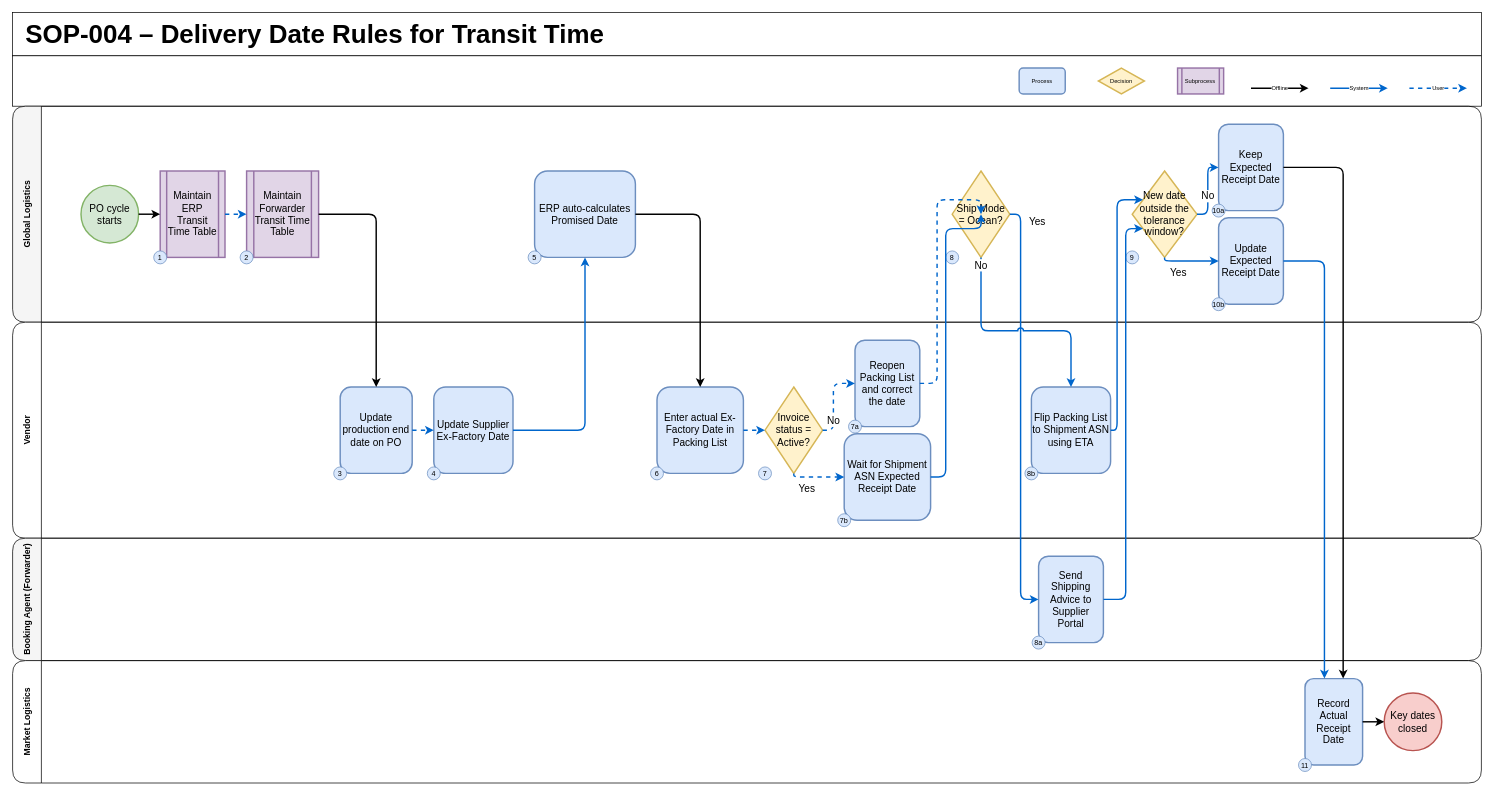
This is examples/delivery-dates.drawio from Andy-playground/Swimlane-builder, a draw.io file, before an edit. Source tidied: cells renumbered, new cells numbered last; positions are measured from the earlier drawing's top-left corner, leaving out a move shared by most shapes. Both pictures are drawn from the tidied source at 72%, with x=0, y=0 at pixel (12, 12).
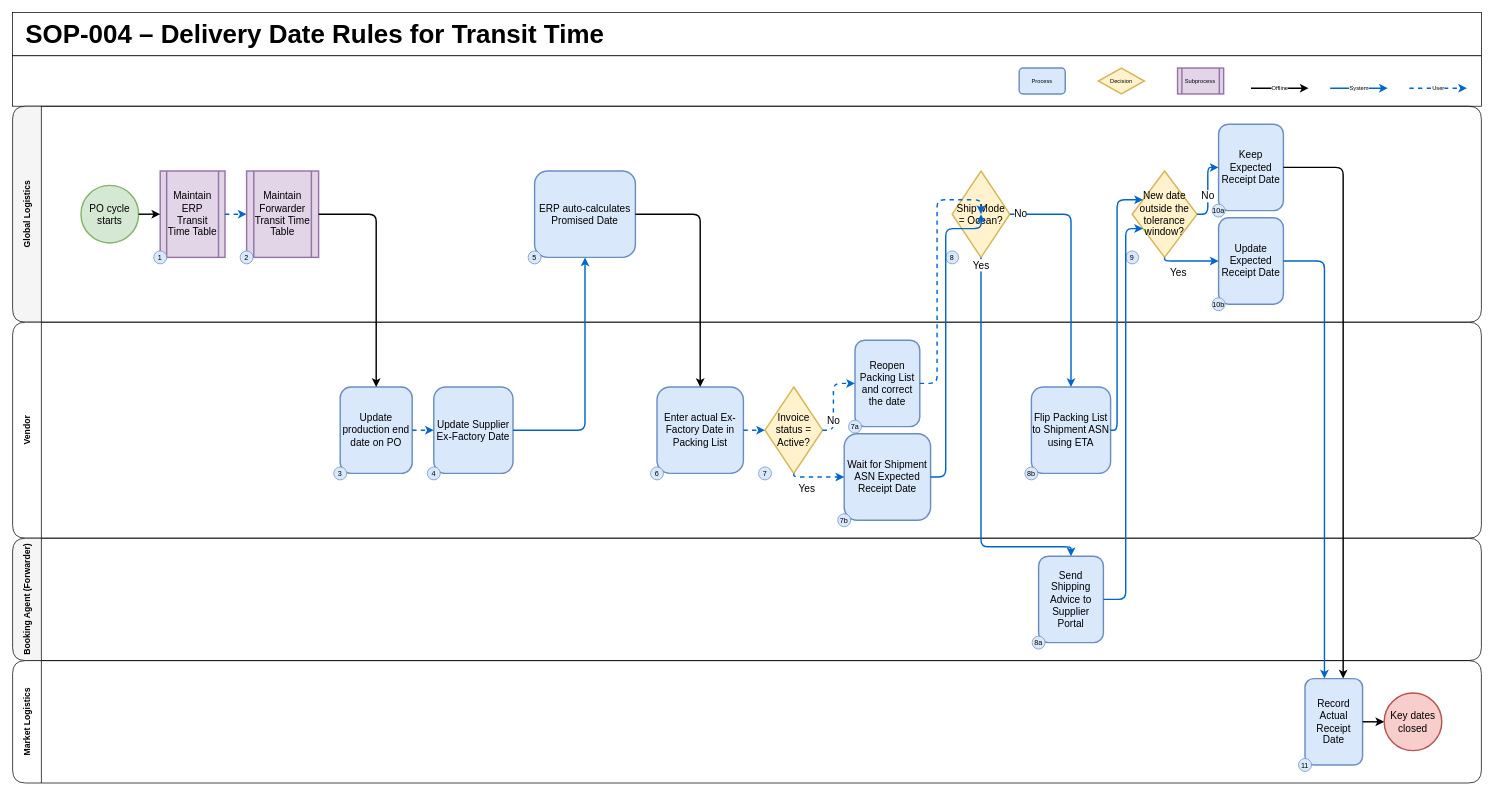
The same diagram, later.

The change refers to these unchanged cells:
```xml
<mxCell id="21" value="Ship Mode = Ocean?" style="rhombus;whiteSpace=wrap;html=1;fontFamily=Helvetica;fontSize=14;fillColor=#fff2cc;strokeColor=#d6b656;strokeWidth=2;" parent="10" vertex="1">
  <mxGeometry x="1305" y="90" width="80" height="120" as="geometry" />
</mxCell>
<mxCell id="41" value="Flip Packing List to Shipment ASN using ETA" style="rounded=1;whiteSpace=wrap;html=1;fontFamily=Helvetica;fontSize=14;fillColor=#dae8fc;strokeColor=#6c8ebf;strokeWidth=2;" parent="11" vertex="1">
  <mxGeometry x="1415" y="90" width="110" height="120" as="geometry" />
</mxCell>
<mxCell id="43" value="Send Shipping Advice to Supplier Portal" style="rounded=1;whiteSpace=wrap;html=1;fontFamily=Helvetica;fontSize=14;fillColor=#dae8fc;strokeColor=#6c8ebf;strokeWidth=2;" parent="12" vertex="1">
  <mxGeometry x="1425" y="25" width="90" height="120" as="geometry" />
</mxCell>
```

What changed in the source:
```diff
@@
-    <mxCell id="59" value="Yes" style="edgeStyle=orthogonalEdgeStyle;rounded=1;html=1;fontFamily=Helvetica;fontSize=14;jettySize=auto;jumpStyle=arc;jumpSize=6;strokeWidth=2;labelBackgroundColor=#ffffff;strokeColor=#0066CC;exitX=1;exitY=0.5;exitDx=0;exitDy=0;entryX=0;entryY=0.5;entryDx=0;entryDy=0;" parent="1" edge="1" source="21" target="43">
-      <mxGeometry x="-0.91" relative="1" as="geometry">
+    <mxCell id="59" value="Yes" style="edgeStyle=orthogonalEdgeStyle;rounded=1;html=1;fontFamily=Helvetica;fontSize=14;jettySize=auto;jumpStyle=arc;jumpSize=6;strokeWidth=2;labelBackgroundColor=#ffffff;strokeColor=#0066CC;exitX=0.5;exitY=1;exitDx=0;exitDy=0;entryX=0.5;entryY=0;entryDx=0;entryDy=0;" parent="1" edge="1" source="21" target="43">
+      <mxGeometry x="-0.96" relative="1" as="geometry">
         <Array as="points">
-          <mxPoint x="1400" y="280" />
-          <mxPoint x="1400" y="815" />
+          <mxPoint x="1345" y="742" />
+          <mxPoint x="1470" y="742" />
         </Array>
-        <mxPoint x="23" as="offset" />
       </mxGeometry>
     </mxCell>
-    <mxCell id="60" value="No" style="edgeStyle=orthogonalEdgeStyle;rounded=1;html=1;fontFamily=Helvetica;fontSize=14;jettySize=auto;jumpStyle=arc;jumpSize=6;strokeWidth=2;labelBackgroundColor=#ffffff;strokeColor=#0066CC;exitX=0.5;exitY=1;exitDx=0;exitDy=0;entryX=0.5;entryY=0;entryDx=0;entryDy=0;" parent="1" edge="1" source="21" target="41">
-      <mxGeometry x="-0.93" relative="1" as="geometry">
+    <mxCell id="60" value="No" style="edgeStyle=orthogonalEdgeStyle;rounded=1;html=1;fontFamily=Helvetica;fontSize=14;jettySize=auto;jumpStyle=arc;jumpSize=6;strokeWidth=2;labelBackgroundColor=#ffffff;strokeColor=#0066CC;exitX=1;exitY=0.5;exitDx=0;exitDy=0;entryX=0.5;entryY=0;entryDx=0;entryDy=0;" parent="1" edge="1" source="21" target="41">
+      <mxGeometry x="-0.91" relative="1" as="geometry">
         <Array as="points">
-          <mxPoint x="1345" y="442" />
-          <mxPoint x="1470" y="442" />
+          <mxPoint x="1470" y="280" />
         </Array>
       </mxGeometry>
     </mxCell>
```
